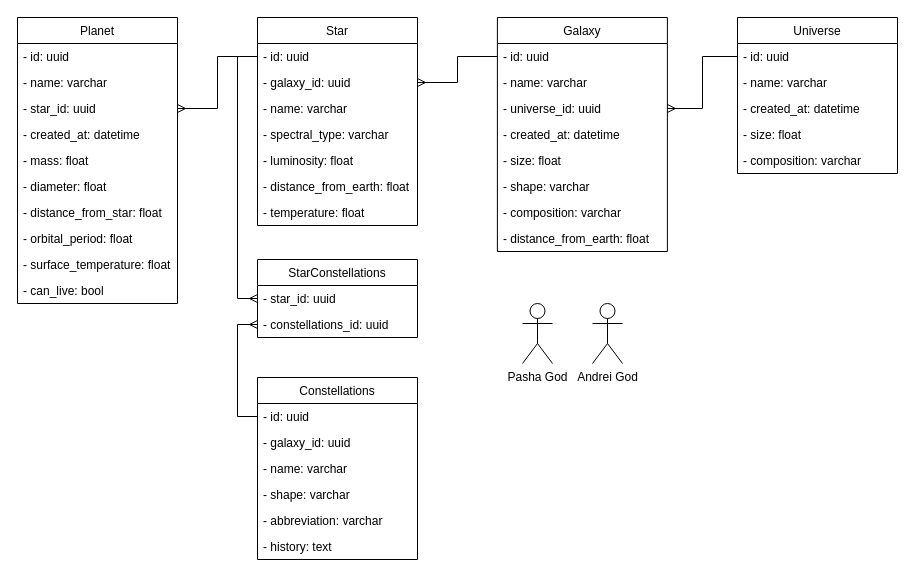
ZetoOfficial/star keeps this draw.io diagram as db_diagram.drawio. Above is the earlier version. Source tidied: cells renumbered, new cells numbered last; positions are measured from the earlier drawing's top-left corner, leaving out a move shared by most shapes. Both pictures are drawn from the tidied source at 100%, with x=0, y=0 at pixel (17, 17).
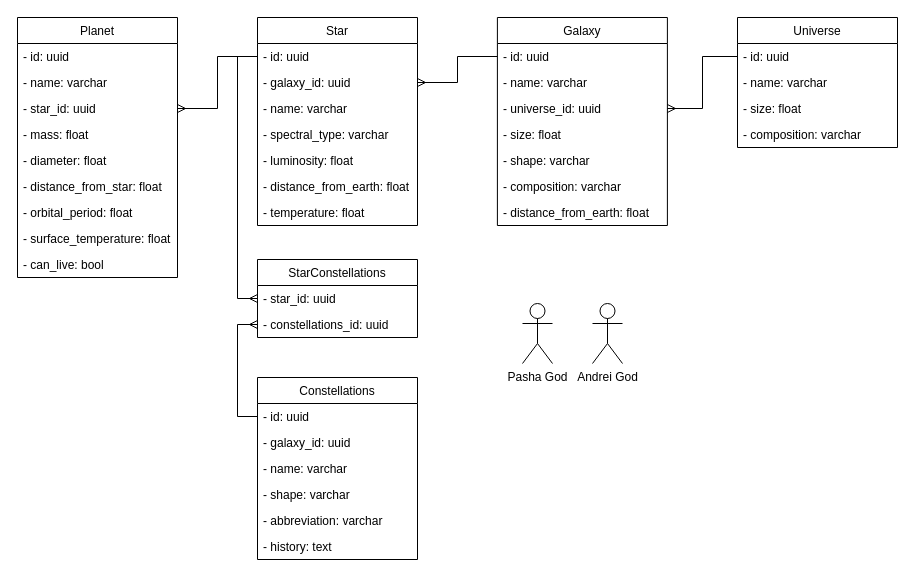
After the change.

Commit message:
Убрал даты создания

Change to the diagram source:
```diff
@@
     <mxCell id="3" value="Universe" style="swimlane;fontStyle=0;align=center;verticalAlign=top;horizontal=1;startSize=26;" parent="1" vertex="1">
-      <mxGeometry x="720" width="160" height="156" as="geometry" />
+      <mxGeometry x="720" width="160" height="130" as="geometry" />
     </mxCell>
@@
-    <mxCell id="6" value="- created_at: datetime" style="text;strokeColor=none;fillColor=none;align=left;verticalAlign=top;spacingLeft=4;spacingRight=4;overflow=hidden;" parent="3" vertex="1">
-      <mxGeometry y="78" width="160" height="26" as="geometry" />
-    </mxCell>
     <mxCell id="7" value="- size: float" style="text;strokeColor=none;fillColor=none;align=left;verticalAlign=top;spacingLeft=4;spacingRight=4;overflow=hidden;" parent="3" vertex="1">
-      <mxGeometry y="104" width="160" height="26" as="geometry" />
+      <mxGeometry y="78" width="160" height="26" as="geometry" />
     </mxCell>
     <mxCell id="8" value="- composition: varchar" style="text;strokeColor=none;fillColor=none;align=left;verticalAlign=top;spacingLeft=4;spacingRight=4;overflow=hidden;" parent="3" vertex="1">
-      <mxGeometry y="130" width="160" height="26" as="geometry" />
+      <mxGeometry y="104" width="160" height="26" as="geometry" />
     </mxCell>
     <mxCell id="9" value="Galaxy" style="swimlane;fontStyle=0;horizontal=1;startSize=26;fillColor=default;" parent="1" vertex="1">
-      <mxGeometry x="479.9" width="170" height="234" as="geometry" />
+      <mxGeometry x="479.9" width="170" height="208" as="geometry" />
     </mxCell>
@@
-    <mxCell id="13" value="- created_at: datetime&#10;" style="text;strokeColor=none;fillColor=none;align=left;verticalAlign=top;spacingLeft=4;spacingRight=4;overflow=hidden;" parent="9" vertex="1">
-      <mxGeometry y="104" width="170" height="26" as="geometry" />
-    </mxCell>
     <mxCell id="14" value="- size: float&#10;" style="text;strokeColor=none;fillColor=none;align=left;verticalAlign=top;spacingLeft=4;spacingRight=4;overflow=hidden;" parent="9" vertex="1">
-      <mxGeometry y="130" width="170" height="26" as="geometry" />
+      <mxGeometry y="104" width="170" height="26" as="geometry" />
     </mxCell>
     <mxCell id="15" value="- shape: varchar" style="text;strokeColor=none;fillColor=none;align=left;verticalAlign=top;spacingLeft=4;spacingRight=4;overflow=hidden;" parent="9" vertex="1">
-      <mxGeometry y="156" width="170" height="26" as="geometry" />
+      <mxGeometry y="130" width="170" height="26" as="geometry" />
     </mxCell>
     <mxCell id="16" value="- composition: varchar" style="text;strokeColor=none;fillColor=none;align=left;verticalAlign=top;spacingLeft=4;spacingRight=4;overflow=hidden;" parent="9" vertex="1">
-      <mxGeometry y="182" width="170" height="26" as="geometry" />
+      <mxGeometry y="156" width="170" height="26" as="geometry" />
     </mxCell>
     <mxCell id="17" value="- distance_from_earth: float" style="text;strokeColor=none;fillColor=none;align=left;verticalAlign=top;spacingLeft=4;spacingRight=4;overflow=hidden;" parent="9" vertex="1">
-      <mxGeometry y="208" width="170" height="26" as="geometry" />
+      <mxGeometry y="182" width="170" height="26" as="geometry" />
     </mxCell>
     <mxCell id="18" value="Planet" style="swimlane;fontStyle=0;horizontal=1;startSize=26;fillColor=default;" parent="1" vertex="1">
-      <mxGeometry width="160" height="286" as="geometry" />
+      <mxGeometry width="160" height="260" as="geometry" />
     </mxCell>
@@
-    <mxCell id="22" value="- created_at: datetime&#10;" style="text;strokeColor=none;fillColor=none;align=left;verticalAlign=top;spacingLeft=4;spacingRight=4;overflow=hidden;" parent="18" vertex="1">
-      <mxGeometry y="104" width="160" height="26" as="geometry" />
-    </mxCell>
     <mxCell id="23" value="- mass: float" style="text;strokeColor=none;fillColor=none;align=left;verticalAlign=top;spacingLeft=4;spacingRight=4;overflow=hidden;" parent="18" vertex="1">
-      <mxGeometry y="130" width="160" height="26" as="geometry" />
+      <mxGeometry y="104" width="160" height="26" as="geometry" />
     </mxCell>
     <mxCell id="24" value="- diameter: float" style="text;strokeColor=none;fillColor=none;align=left;verticalAlign=top;spacingLeft=4;spacingRight=4;overflow=hidden;" parent="18" vertex="1">
-      <mxGeometry y="156" width="160" height="26" as="geometry" />
+      <mxGeometry y="130" width="160" height="26" as="geometry" />
     </mxCell>
     <mxCell id="25" value="- distance_from_star: float" style="text;strokeColor=none;fillColor=none;align=left;verticalAlign=top;spacingLeft=4;spacingRight=4;overflow=hidden;" parent="18" vertex="1">
-      <mxGeometry y="182" width="160" height="26" as="geometry" />
+      <mxGeometry y="156" width="160" height="26" as="geometry" />
     </mxCell>
     <mxCell id="26" value="- orbital_period: float" style="text;strokeColor=none;fillColor=none;align=left;verticalAlign=top;spacingLeft=4;spacingRight=4;overflow=hidden;" parent="18" vertex="1">
-      <mxGeometry y="208" width="160" height="26" as="geometry" />
+      <mxGeometry y="182" width="160" height="26" as="geometry" />
     </mxCell>
     <mxCell id="27" value="- surface_temperature: float" style="text;strokeColor=none;fillColor=none;align=left;verticalAlign=top;spacingLeft=4;spacingRight=4;overflow=hidden;" parent="18" vertex="1">
-      <mxGeometry y="234" width="160" height="26" as="geometry" />
+      <mxGeometry y="208" width="160" height="26" as="geometry" />
     </mxCell>
     <mxCell id="28" value="- can_live: bool" style="text;strokeColor=none;fillColor=none;align=left;verticalAlign=top;spacingLeft=4;spacingRight=4;overflow=hidden;" parent="18" vertex="1">
-      <mxGeometry y="260" width="160" height="26" as="geometry" />
+      <mxGeometry y="234" width="160" height="26" as="geometry" />
     </mxCell>
```
